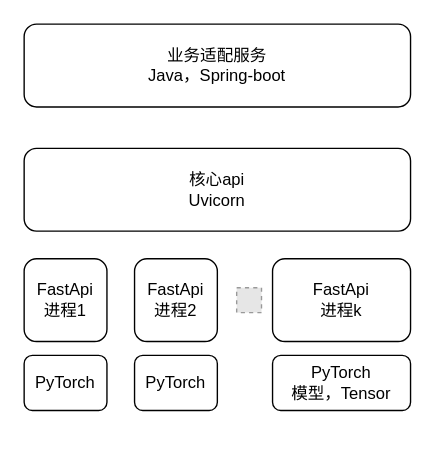
Earlier version of the draw.io diagram page "部署架构" (4 of 5) of 对码架构.drawio (XiaoLiuAI/diagrams). Source tidied: cells renumbered, new cells numbered last; positions are measured from the earlier drawing's top-left corner, leaving out a move shared by most shapes. Both pictures are drawn from the tidied source at 138%, with x=0, y=0 at pixel (23, 23). Pictures stored in the file or linked from it are replaced by grey dashed boxes.
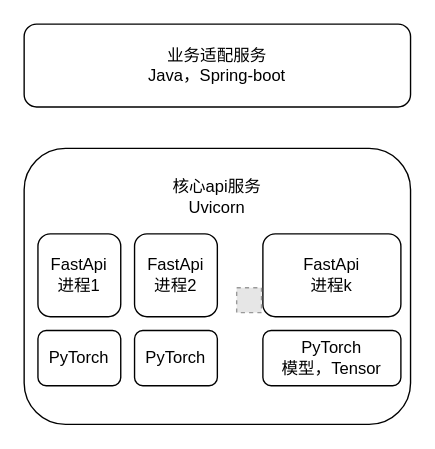
After the change.

Change to the diagram source:
```diff
@@
 <mxGraphModel>
   <root>
     <mxCell id="0" />
     <mxCell id="1" parent="0" />
+    <mxCell id="3" value="核心api服务&lt;br&gt;Uvicorn&lt;br&gt;&lt;br&gt;&lt;br&gt;&lt;br&gt;&lt;br&gt;&lt;br&gt;&lt;br&gt;&lt;br&gt;&lt;br&gt;&lt;br&gt;" style="rounded=1;whiteSpace=wrap;html=1;" parent="1" vertex="1">
+      <mxGeometry y="90" width="280" height="200" as="geometry" />
+    </mxCell>
     <mxCell id="2" value="业务适配服务&lt;br&gt;Java，Spring-boot" style="rounded=1;whiteSpace=wrap;html=1;" parent="1" vertex="1">
       <mxGeometry width="280" height="60" as="geometry" />
     </mxCell>
-    <mxCell id="3" value="核心api&lt;br&gt;Uvicorn" style="rounded=1;whiteSpace=wrap;html=1;" parent="1" vertex="1">
-      <mxGeometry y="90" width="280" height="60" as="geometry" />
-    </mxCell>
     <mxCell id="4" value="FastApi&lt;br&gt;进程1" style="rounded=1;whiteSpace=wrap;html=1;" parent="1" vertex="1">
-      <mxGeometry y="170" width="60" height="60" as="geometry" />
+      <mxGeometry x="10" y="152" width="60" height="60" as="geometry" />
     </mxCell>
     <mxCell id="5" value="FastApi&lt;br&gt;进程2" style="rounded=1;whiteSpace=wrap;html=1;" parent="1" vertex="1">
-      <mxGeometry x="80" y="170" width="60" height="60" as="geometry" />
+      <mxGeometry x="80" y="152" width="60" height="60" as="geometry" />
     </mxCell>
     <mxCell id="6" value="FastApi&lt;br&gt;进程k" style="rounded=1;whiteSpace=wrap;html=1;" parent="1" vertex="1">
-      <mxGeometry x="180" y="170" width="100" height="60" as="geometry" />
+      <mxGeometry x="173" y="152" width="100" height="60" as="geometry" />
     </mxCell>
     <mxCell id="7" style="fillColor=#E6E6E6;strokeColor=#999999;dashed=1;html=1;verticalAlign=top;verticalLabelPosition=bottom;labelBackgroundColor=#ffffff;" parent="1" vertex="1">
       <mxGeometry x="154" y="191" width="18" height="18" as="geometry" />
     </mxCell>
     <mxCell id="8" value="PyTorch&lt;br&gt;模型，Tensor" style="rounded=1;whiteSpace=wrap;html=1;" parent="1" vertex="1">
-      <mxGeometry x="180" y="240" width="100" height="40" as="geometry" />
+      <mxGeometry x="173" y="222" width="100" height="40" as="geometry" />
     </mxCell>
     <mxCell id="9" value="PyTorch" style="rounded=1;whiteSpace=wrap;html=1;" parent="1" vertex="1">
-      <mxGeometry x="80" y="240" width="60" height="40" as="geometry" />
+      <mxGeometry x="80" y="222" width="60" height="40" as="geometry" />
     </mxCell>
     <mxCell id="10" value="PyTorch" style="rounded=1;whiteSpace=wrap;html=1;" parent="1" vertex="1">
-      <mxGeometry y="240" width="60" height="40" as="geometry" />
+      <mxGeometry x="10" y="222" width="60" height="40" as="geometry" />
     </mxCell>
   </root>
 </mxGraphModel>
```
